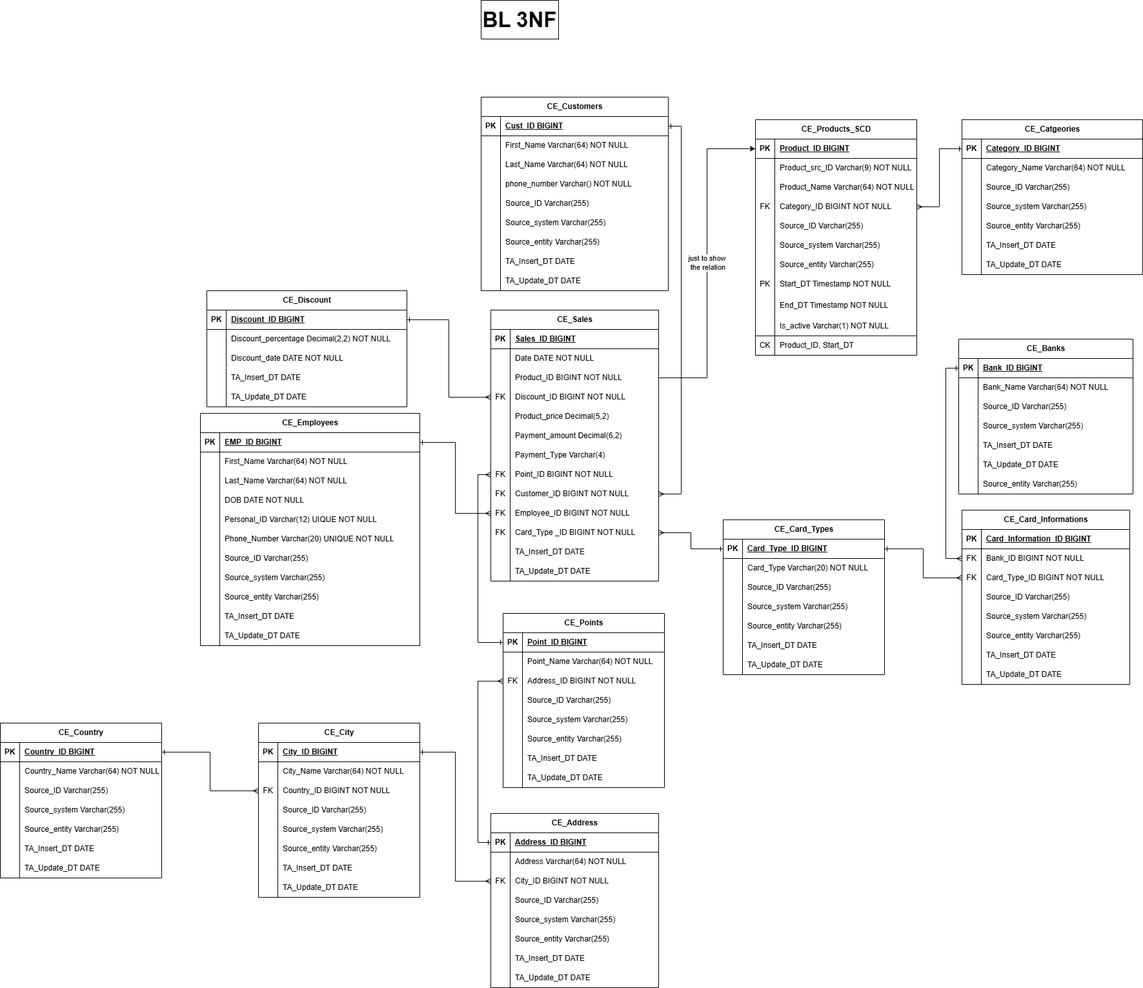
The draw.io diagram Task3/BL_3NF.png in DIas-code/Dias_Yermekov_SP25, before a commit. Source tidied: cells renumbered, new cells last; positions are measured from the earlier drawing's top-left corner, leaving out a move shared by most shapes.
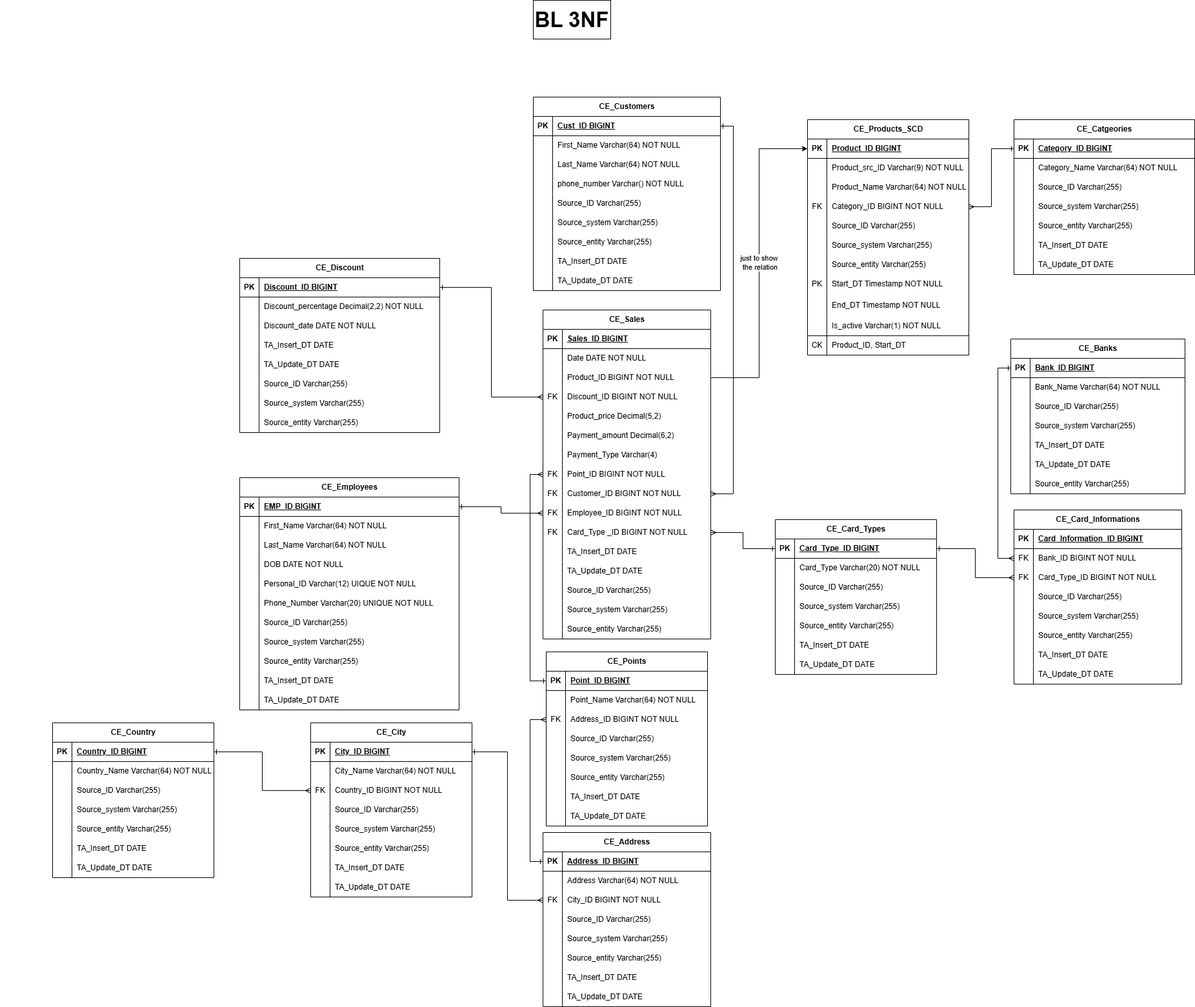
Later version of the same file.

What changed in the source:
```diff
@@ -3,7 +3,7 @@
     <mxCell id="0" />
     <mxCell id="1" parent="0" />
     <mxCell id="2" value="CE_Sales" style="shape=table;startSize=30;rowLines=0;fontStyle=1;align=center;html=1;" parent="1" vertex="1">
-      <mxGeometry x="760" y="480" width="260" height="420" as="geometry" />
+      <mxGeometry x="760" y="480" width="260" height="510" as="geometry" />
     </mxCell>
     <mxCell id="3" style="shape=tableRow;horizontal=0;startSize=0;swimlaneHead=0;swimlaneBody=0;fillColor=none;top=0;left=0;right=0;bottom=1;" parent="2" vertex="1">
       <mxGeometry y="30" width="260" height="30" as="geometry" />
@@ -122,6 +122,33 @@
     <mxCell id="41" value="TA_Update_DT DATE" style="shape=partialRectangle;fillColor=none;top=0;left=0;bottom=0;right=0;align=left;spacingLeft=6;overflow=hidden;whiteSpace=wrap;html=1;" parent="39" vertex="1">
       <mxGeometry x="30" width="230" height="30" as="geometry" />
     </mxCell>
+    <mxCell id="356" style="shape=tableRow;horizontal=0;startSize=0;swimlaneHead=0;swimlaneBody=0;fillColor=none;top=0;left=0;right=0;bottom=0;" parent="2" vertex="1">
+      <mxGeometry y="420" width="260" height="30" as="geometry" />
+    </mxCell>
+    <mxCell id="357" style="shape=partialRectangle;fillColor=none;top=0;left=0;bottom=0;right=0;overflow=hidden;whiteSpace=wrap;html=1;" parent="356" vertex="1">
+      <mxGeometry width="30" height="30" as="geometry" />
+    </mxCell>
+    <mxCell id="358" value="Source_ID Varchar(255)" style="shape=partialRectangle;fillColor=none;top=0;left=0;bottom=0;right=0;align=left;spacingLeft=6;overflow=hidden;whiteSpace=wrap;html=1;" parent="356" vertex="1">
+      <mxGeometry x="30" width="230" height="30" as="geometry" />
+    </mxCell>
+    <mxCell id="359" style="shape=tableRow;horizontal=0;startSize=0;swimlaneHead=0;swimlaneBody=0;fillColor=none;top=0;left=0;right=0;bottom=0;" parent="2" vertex="1">
+      <mxGeometry y="450" width="260" height="30" as="geometry" />
+    </mxCell>
+    <mxCell id="360" style="shape=partialRectangle;fillColor=none;top=0;left=0;bottom=0;right=0;overflow=hidden;whiteSpace=wrap;html=1;" parent="359" vertex="1">
+      <mxGeometry width="30" height="30" as="geometry" />
+    </mxCell>
+    <mxCell id="361" value="Source_system Varchar(255)" style="shape=partialRectangle;fillColor=none;top=0;left=0;bottom=0;right=0;align=left;spacingLeft=6;overflow=hidden;whiteSpace=wrap;html=1;" parent="359" vertex="1">
+      <mxGeometry x="30" width="230" height="30" as="geometry" />
+    </mxCell>
+    <mxCell id="362" style="shape=tableRow;horizontal=0;startSize=0;swimlaneHead=0;swimlaneBody=0;fillColor=none;top=0;left=0;right=0;bottom=0;" parent="2" vertex="1">
+      <mxGeometry y="480" width="260" height="30" as="geometry" />
+    </mxCell>
+    <mxCell id="363" style="shape=partialRectangle;fillColor=none;top=0;left=0;bottom=0;right=0;overflow=hidden;whiteSpace=wrap;html=1;" parent="362" vertex="1">
+      <mxGeometry width="30" height="30" as="geometry" />
+    </mxCell>
+    <mxCell id="364" value="Source_entity Varchar(255)" style="shape=partialRectangle;fillColor=none;top=0;left=0;bottom=0;right=0;align=left;spacingLeft=6;overflow=hidden;whiteSpace=wrap;html=1;" parent="362" vertex="1">
+      <mxGeometry x="30" width="230" height="30" as="geometry" />
+    </mxCell>
     <mxCell id="42" value="CE_Products_SCD" style="shape=table;startSize=30;rowLines=0;fontStyle=1;align=center;html=1;" parent="1" vertex="1">
       <mxGeometry x="1170" y="185" width="250" height="365" as="geometry" />
     </mxCell>
@@ -312,7 +339,7 @@
       <mxGeometry x="30" width="260" height="30" as="geometry" />
     </mxCell>
     <mxCell id="105" value="CE_Address" style="shape=table;startSize=30;rowLines=0;fontStyle=1;align=center;html=1;" parent="1" vertex="1">
-      <mxGeometry x="760" y="1260" width="260" height="270" as="geometry" />
+      <mxGeometry x="760" y="1290" width="260" height="270" as="geometry" />
     </mxCell>
     <mxCell id="106" style="shape=tableRow;horizontal=0;startSize=0;swimlaneHead=0;swimlaneBody=0;fillColor=none;points=[[0,0.5],[1,0.5]];portConstraint=eastwest;top=0;left=0;right=0;bottom=1;" parent="105" vertex="1">
       <mxGeometry y="30" width="260" height="30" as="geometry" />
@@ -453,7 +480,7 @@
       <mxGeometry x="30" width="250" height="30" as="geometry" />
     </mxCell>
     <mxCell id="152" value="CE_Points" style="shape=table;startSize=30;rowLines=0;fontStyle=1;align=center;html=1;" parent="1" vertex="1">
-      <mxGeometry x="779" y="950" width="250" height="270" as="geometry" />
+      <mxGeometry x="765" y="1010" width="250" height="270" as="geometry" />
     </mxCell>
     <mxCell id="153" style="shape=tableRow;horizontal=0;startSize=0;swimlaneHead=0;swimlaneBody=0;fillColor=none;points=[[0,0.5],[1,0.5]];portConstraint=eastwest;top=0;left=0;right=0;bottom=1;" parent="152" vertex="1">
       <mxGeometry y="30" width="250" height="30" as="geometry" />
@@ -528,7 +555,7 @@
       <mxGeometry x="30" width="220" height="30" as="geometry" />
     </mxCell>
     <mxCell id="177" value="CE_Employees" style="shape=table;startSize=30;rowLines=0;fontStyle=1;align=center;html=1;" parent="1" vertex="1">
-      <mxGeometry x="310" y="640" width="340" height="360" as="geometry" />
+      <mxGeometry x="290" y="740" width="340" height="360" as="geometry" />
     </mxCell>
     <mxCell id="178" style="shape=tableRow;horizontal=0;startSize=0;swimlaneHead=0;swimlaneBody=0;fillColor=none;points=[[0,0.5],[1,0.5]];portConstraint=eastwest;top=0;left=0;right=0;bottom=1;" parent="177" vertex="1">
       <mxGeometry y="30" width="340" height="30" as="geometry" />
@@ -771,7 +798,7 @@
       <mxGeometry x="30" width="220" height="30" as="geometry" />
     </mxCell>
     <mxCell id="258" value="CE_Discount" style="shape=table;startSize=30;rowLines=0;fontStyle=1;align=center;html=1;" parent="1" vertex="1">
-      <mxGeometry x="320" y="450" width="310" height="180" as="geometry" />
+      <mxGeometry x="290" y="400" width="310" height="270" as="geometry" />
     </mxCell>
     <mxCell id="259" style="shape=tableRow;horizontal=0;startSize=0;swimlaneHead=0;swimlaneBody=0;fillColor=none;points=[[0,0.5],[1,0.5]];portConstraint=eastwest;top=0;left=0;right=0;bottom=1;" parent="258" vertex="1">
       <mxGeometry y="30" width="310" height="30" as="geometry" />
@@ -818,6 +845,33 @@
     <mxCell id="273" value="TA_Update_DT DATE" style="shape=partialRectangle;fillColor=none;top=0;left=0;bottom=0;right=0;align=left;spacingLeft=6;overflow=hidden;whiteSpace=wrap;html=1;" parent="271" vertex="1">
       <mxGeometry x="30" width="280" height="30" as="geometry" />
     </mxCell>
+    <mxCell id="365" style="shape=tableRow;horizontal=0;startSize=0;swimlaneHead=0;swimlaneBody=0;fillColor=none;top=0;left=0;right=0;bottom=0;" parent="258" vertex="1">
+      <mxGeometry y="180" width="310" height="30" as="geometry" />
+    </mxCell>
+    <mxCell id="366" style="shape=partialRectangle;fillColor=none;top=0;left=0;bottom=0;right=0;overflow=hidden;whiteSpace=wrap;html=1;" parent="365" vertex="1">
+      <mxGeometry width="30" height="30" as="geometry" />
+    </mxCell>
+    <mxCell id="367" value="Source_ID Varchar(255)" style="shape=partialRectangle;fillColor=none;top=0;left=0;bottom=0;right=0;align=left;spacingLeft=6;overflow=hidden;whiteSpace=wrap;html=1;" parent="365" vertex="1">
+      <mxGeometry x="30" width="280" height="30" as="geometry" />
+    </mxCell>
+    <mxCell id="368" style="shape=tableRow;horizontal=0;startSize=0;swimlaneHead=0;swimlaneBody=0;fillColor=none;top=0;left=0;right=0;bottom=0;" parent="258" vertex="1">
+      <mxGeometry y="210" width="310" height="30" as="geometry" />
+    </mxCell>
+    <mxCell id="369" style="shape=partialRectangle;fillColor=none;top=0;left=0;bottom=0;right=0;overflow=hidden;whiteSpace=wrap;html=1;" parent="368" vertex="1">
+      <mxGeometry width="30" height="30" as="geometry" />
+    </mxCell>
+    <mxCell id="370" value="Source_system Varchar(255)" style="shape=partialRectangle;fillColor=none;top=0;left=0;bottom=0;right=0;align=left;spacingLeft=6;overflow=hidden;whiteSpace=wrap;html=1;" parent="368" vertex="1">
+      <mxGeometry x="30" width="280" height="30" as="geometry" />
+    </mxCell>
+    <mxCell id="371" style="shape=tableRow;horizontal=0;startSize=0;swimlaneHead=0;swimlaneBody=0;fillColor=none;top=0;left=0;right=0;bottom=0;" parent="258" vertex="1">
+      <mxGeometry y="240" width="310" height="30" as="geometry" />
+    </mxCell>
+    <mxCell id="372" style="shape=partialRectangle;fillColor=none;top=0;left=0;bottom=0;right=0;overflow=hidden;whiteSpace=wrap;html=1;" parent="371" vertex="1">
+      <mxGeometry width="30" height="30" as="geometry" />
+    </mxCell>
+    <mxCell id="373" value="Source_entity Varchar(255)" style="shape=partialRectangle;fillColor=none;top=0;left=0;bottom=0;right=0;align=left;spacingLeft=6;overflow=hidden;whiteSpace=wrap;html=1;" parent="371" vertex="1">
+      <mxGeometry x="30" width="280" height="30" as="geometry" />
+    </mxCell>
     <mxCell id="274" value="CE_Card_Informations" style="shape=table;startSize=30;rowLines=0;fontStyle=1;align=center;html=1;" parent="1" vertex="1">
       <mxGeometry x="1490" y="790" width="260" height="270" as="geometry" />
     </mxCell>
@@ -1064,5 +1118,11 @@
     <mxCell id="355" style="edgeStyle=orthogonalEdgeStyle;rounded=0;jettySize=auto;html=1;exitX=1;exitY=0.5;exitDx=0;exitDy=0;entryX=1;entryY=0.5;entryDx=0;entryDy=0;startArrow=ERone;startFill=0;endArrow=ERmany;endFill=0;" parent="1" edge="1" source="78" target="27">
       <mxGeometry relative="1" as="geometry" />
     </mxCell>
+    <mxCell id="374" style="shape=partialRectangle;fillColor=none;top=0;left=0;bottom=0;right=0;align=left;spacingLeft=6;overflow=hidden;whiteSpace=wrap;html=1;" parent="1" vertex="1">
+      <mxGeometry x="10" y="600" width="310" height="30" as="geometry" />
+    </mxCell>
+    <mxCell id="375" style="shape=partialRectangle;fillColor=none;top=0;left=0;bottom=0;right=0;align=left;spacingLeft=6;overflow=hidden;whiteSpace=wrap;html=1;" parent="1" vertex="1">
+      <mxGeometry x="-81" y="660" width="310" height="30" as="geometry" />
+    </mxCell>
   </root>
 </mxGraphModel>
```
